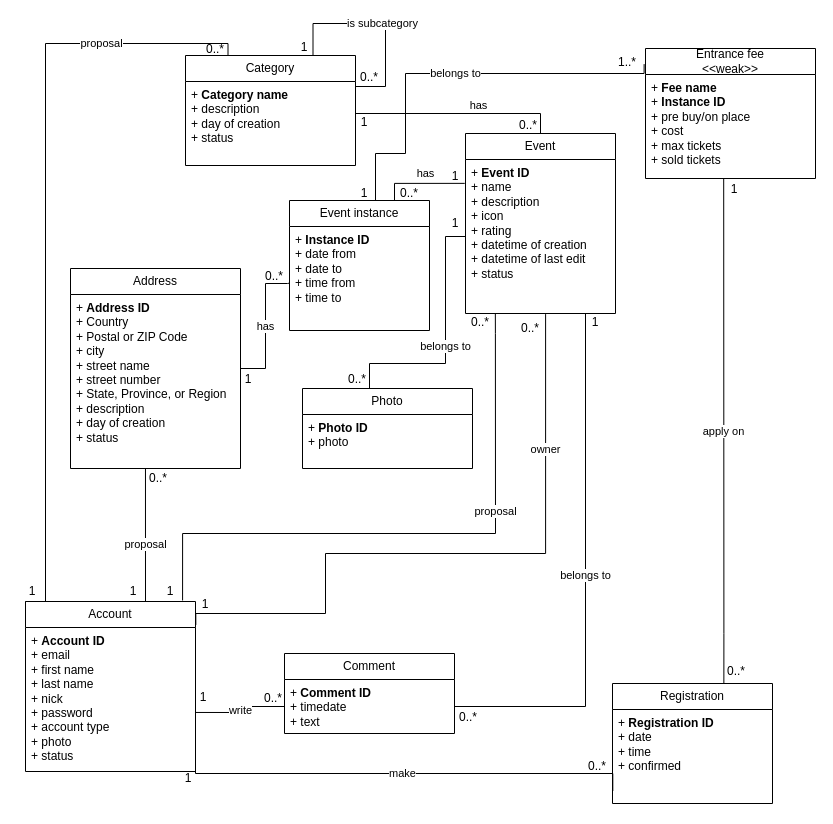
Above: doc/diagrams/ER-EventManager.drawio in imiskii/IIS-EventManagerIS (draw.io), before the change. Source tidied: cells renumbered, new cells numbered last; positions are measured from the earlier drawing's top-left corner, leaving out a move shared by most shapes. Both pictures are drawn from the tidied source at 100%, with x=0, y=0 at pixel (17, 23).
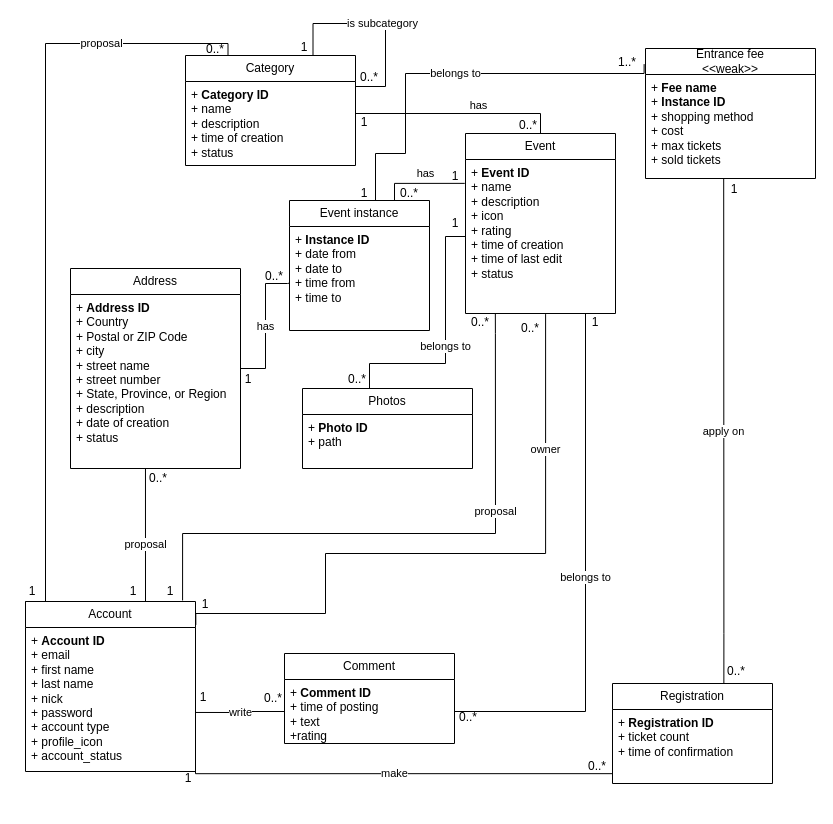
After the change.

The change refers to these unchanged cells:
```xml
<mxCell id="2" value="Event" style="swimlane;fontStyle=0;horizontal=1;startSize=26;fillColor=none;whiteSpace=wrap;html=1;" parent="1" vertex="1">
  <mxGeometry x="448" y="110" width="150" height="180" as="geometry" />
</mxCell>
<mxCell id="4" value="Address" style="swimlane;fontStyle=0;horizontal=1;startSize=26;fillColor=none;whiteSpace=wrap;html=1;" parent="1" vertex="1">
  <mxGeometry x="53" y="245" width="170" height="200" as="geometry" />
</mxCell>
<mxCell id="7" value="Entrance fee&lt;br&gt;&amp;lt;&amp;lt;weak&amp;gt;&amp;gt;" style="swimlane;fontStyle=0;horizontal=1;startSize=26;fillColor=none;whiteSpace=wrap;html=1;" parent="1" vertex="1">
  <mxGeometry x="628" y="25" width="170" height="130" as="geometry" />
</mxCell>
<mxCell id="12" value="Category" style="swimlane;fontStyle=0;horizontal=1;startSize=26;fillColor=none;whiteSpace=wrap;html=1;" parent="1" vertex="1">
  <mxGeometry x="168" y="32" width="170" height="110" as="geometry" />
</mxCell>
<mxCell id="16" value="Account" style="swimlane;fontStyle=0;horizontal=1;startSize=26;fillColor=none;whiteSpace=wrap;html=1;" parent="1" vertex="1">
  <mxGeometry x="8" y="578" width="170" height="170" as="geometry" />
</mxCell>
```

The edit, as a diff of the source:
```diff
@@
-    <mxCell id="3" value="+ &lt;b&gt;Event ID&lt;/b&gt;&lt;br&gt;+ name&lt;br&gt;+ description&lt;br&gt;+ icon&lt;br&gt;+ rating&lt;br&gt;+ datetime of creation&lt;br&gt;+ datetime of last edit&lt;br&gt;+ status" style="text;strokeColor=none;fillColor=none;align=left;verticalAlign=top;spacingLeft=4;spacingRight=4;overflow=hidden;points=[[0,0.5],[1,0.5]];portConstraint=eastwest;whiteSpace=wrap;html=1;" parent="2" vertex="1">
+    <mxCell id="3" value="+ &lt;b&gt;Event ID&lt;/b&gt;&lt;br&gt;+ name&lt;br&gt;+ description&lt;br&gt;+ icon&lt;br&gt;+ rating&lt;br&gt;+ time of creation&lt;br&gt;+ time of last edit&lt;br&gt;+ status" style="text;strokeColor=none;fillColor=none;align=left;verticalAlign=top;spacingLeft=4;spacingRight=4;overflow=hidden;points=[[0,0.5],[1,0.5]];portConstraint=eastwest;whiteSpace=wrap;html=1;" parent="2" vertex="1">
       <mxGeometry y="26" width="150" height="154" as="geometry" />
     </mxCell>
@@
-    <mxCell id="5" value="+ &lt;b&gt;Address ID&lt;/b&gt;&lt;br&gt;+ Country&lt;br&gt;+&amp;nbsp;Postal or ZIP Code&lt;br&gt;+ city&lt;br&gt;+ street name&lt;br&gt;+ street number&lt;br&gt;+&amp;nbsp;State, Province, or Region&lt;br&gt;+ description&lt;br&gt;+ day of creation&lt;br&gt;+ status" style="text;strokeColor=none;fillColor=none;align=left;verticalAlign=top;spacingLeft=4;spacingRight=4;overflow=hidden;points=[[0,0.5],[1,0.5]];portConstraint=eastwest;whiteSpace=wrap;html=1;" parent="4" vertex="1">
+    <mxCell id="5" value="+ &lt;b&gt;Address ID&lt;/b&gt;&lt;br&gt;+ Country&lt;br&gt;+&amp;nbsp;Postal or ZIP Code&lt;br&gt;+ city&lt;br&gt;+ street name&lt;br&gt;+ street number&lt;br&gt;+&amp;nbsp;State, Province, or Region&lt;br&gt;+ description&lt;br&gt;+ date of creation&lt;br&gt;+ status" style="text;strokeColor=none;fillColor=none;align=left;verticalAlign=top;spacingLeft=4;spacingRight=4;overflow=hidden;points=[[0,0.5],[1,0.5]];portConstraint=eastwest;whiteSpace=wrap;html=1;" parent="4" vertex="1">
       <mxGeometry y="26" width="170" height="174" as="geometry" />
     </mxCell>
@@
-    <mxCell id="8" value="+ &lt;b&gt;Fee name&lt;/b&gt;&lt;br&gt;+ &lt;b&gt;Instance ID&lt;br&gt;&lt;/b&gt;+ pre buy/on place&lt;br&gt;+ cost&lt;br&gt;+ max tickets&lt;br&gt;+ sold tickets" style="text;strokeColor=none;fillColor=none;align=left;verticalAlign=top;spacingLeft=4;spacingRight=4;overflow=hidden;points=[[0,0.5],[1,0.5]];portConstraint=eastwest;whiteSpace=wrap;html=1;" parent="7" vertex="1">
+    <mxCell id="8" value="+ &lt;b&gt;Fee name&lt;/b&gt;&lt;br&gt;+ &lt;b&gt;Instance ID&lt;br&gt;&lt;/b&gt;+ shopping method&lt;br&gt;+ cost&lt;br&gt;+ max tickets&lt;br&gt;+ sold tickets" style="text;strokeColor=none;fillColor=none;align=left;verticalAlign=top;spacingLeft=4;spacingRight=4;overflow=hidden;points=[[0,0.5],[1,0.5]];portConstraint=eastwest;whiteSpace=wrap;html=1;" parent="7" vertex="1">
       <mxGeometry y="26" width="170" height="104" as="geometry" />
     </mxCell>
-    <mxCell id="9" value="Photo" style="swimlane;fontStyle=0;horizontal=1;startSize=26;fillColor=none;whiteSpace=wrap;html=1;" parent="1" vertex="1">
+    <mxCell id="9" value="Photos" style="swimlane;fontStyle=0;horizontal=1;startSize=26;fillColor=none;whiteSpace=wrap;html=1;" parent="1" vertex="1">
       <mxGeometry x="285" y="365" width="170" height="80" as="geometry" />
     </mxCell>
-    <mxCell id="10" value="+ &lt;b&gt;Photo ID&lt;/b&gt;&lt;br&gt;+ photo" style="text;strokeColor=none;fillColor=none;align=left;verticalAlign=top;spacingLeft=4;spacingRight=4;overflow=hidden;whiteSpace=wrap;html=1;" parent="9" vertex="1">
+    <mxCell id="10" value="+ &lt;b&gt;Photo ID&lt;/b&gt;&lt;br&gt;+ path" style="text;strokeColor=none;fillColor=none;align=left;verticalAlign=top;spacingLeft=4;spacingRight=4;overflow=hidden;whiteSpace=wrap;html=1;" parent="9" vertex="1">
       <mxGeometry y="26" width="170" height="54" as="geometry" />
     </mxCell>
@@
-    <mxCell id="13" value="+ &lt;b&gt;Category&amp;nbsp;name&lt;/b&gt;&lt;br&gt;+ description&lt;br&gt;+ day of creation&lt;br&gt;+ status" style="text;strokeColor=none;fillColor=none;align=left;verticalAlign=top;spacingLeft=4;spacingRight=4;overflow=hidden;points=[[0,0.5],[1,0.5]];portConstraint=eastwest;whiteSpace=wrap;html=1;" parent="12" vertex="1">
+    <mxCell id="13" value="+ &lt;b&gt;Category ID&lt;br&gt;&lt;/b&gt;+ name&lt;br&gt;+ description&lt;br&gt;+ time of creation&lt;br&gt;+ status" style="text;strokeColor=none;fillColor=none;align=left;verticalAlign=top;spacingLeft=4;spacingRight=4;overflow=hidden;points=[[0,0.5],[1,0.5]];portConstraint=eastwest;whiteSpace=wrap;html=1;" parent="12" vertex="1">
       <mxGeometry y="26" width="170" height="84" as="geometry" />
     </mxCell>
@@
-    <mxCell id="17" value="+ &lt;b&gt;Account ID&lt;/b&gt;&lt;br&gt;+&amp;nbsp;email&lt;br&gt;+ first name&lt;br&gt;+ last name&lt;br&gt;+ nick&lt;br&gt;+ password&lt;br&gt;+ account type&lt;br&gt;+ photo&lt;br&gt;+ status" style="text;strokeColor=none;fillColor=none;align=left;verticalAlign=top;spacingLeft=4;spacingRight=4;overflow=hidden;points=[[0,0.5],[1,0.5]];portConstraint=eastwest;whiteSpace=wrap;html=1;" parent="16" vertex="1">
+    <mxCell id="17" value="+ &lt;b&gt;Account ID&lt;/b&gt;&lt;br&gt;+&amp;nbsp;email&lt;br&gt;+ first name&lt;br&gt;+ last name&lt;br&gt;+ nick&lt;br&gt;+ password&lt;br&gt;+ account type&lt;br&gt;+ profile_icon&lt;br&gt;+ account_status" style="text;strokeColor=none;fillColor=none;align=left;verticalAlign=top;spacingLeft=4;spacingRight=4;overflow=hidden;points=[[0,0.5],[1,0.5]];portConstraint=eastwest;whiteSpace=wrap;html=1;" parent="16" vertex="1">
       <mxGeometry y="26" width="170" height="144" as="geometry" />
     </mxCell>
@@
     <mxCell id="28" value="Registration" style="swimlane;fontStyle=0;horizontal=1;startSize=26;fillColor=none;whiteSpace=wrap;html=1;" parent="1" vertex="1">
-      <mxGeometry x="595" y="660" width="160" height="120" as="geometry" />
+      <mxGeometry x="595" y="660" width="160" height="100" as="geometry" />
     </mxCell>
-    <mxCell id="29" value="+ &lt;b&gt;Registration ID&lt;/b&gt;&lt;br&gt;+ date&lt;br&gt;+ time&lt;br&gt;+ confirmed" style="text;strokeColor=none;fillColor=none;align=left;verticalAlign=top;spacingLeft=4;spacingRight=4;overflow=hidden;points=[[0,0.5],[1,0.5]];portConstraint=eastwest;whiteSpace=wrap;html=1;" parent="28" vertex="1">
-      <mxGeometry y="26" width="160" height="94" as="geometry" />
+    <mxCell id="29" value="+ &lt;b&gt;Registration ID&lt;/b&gt;&lt;br&gt;+ ticket count&lt;br&gt;+ time of confirmation" style="text;strokeColor=none;fillColor=none;align=left;verticalAlign=top;spacingLeft=4;spacingRight=4;overflow=hidden;points=[[0,0.5],[1,0.5]];portConstraint=eastwest;whiteSpace=wrap;html=1;" parent="28" vertex="1">
+      <mxGeometry y="26" width="160" height="74" as="geometry" />
     </mxCell>
@@
     <mxCell id="38" value="Comment" style="swimlane;fontStyle=0;horizontal=1;startSize=26;fillColor=none;whiteSpace=wrap;html=1;" parent="1" vertex="1">
-      <mxGeometry x="267" y="630" width="170" height="80" as="geometry" />
+      <mxGeometry x="267" y="630" width="170" height="90" as="geometry" />
     </mxCell>
-    <mxCell id="39" value="+ &lt;b&gt;Comment&lt;/b&gt;&amp;nbsp;&lt;b&gt;ID&lt;/b&gt;&lt;br&gt;+ timedate&lt;br&gt;+ text" style="text;strokeColor=none;fillColor=none;align=left;verticalAlign=top;spacingLeft=4;spacingRight=4;overflow=hidden;points=[[0,0.5],[1,0.5]];portConstraint=eastwest;whiteSpace=wrap;html=1;" parent="38" vertex="1">
-      <mxGeometry y="26" width="170" height="54" as="geometry" />
+    <mxCell id="39" value="+ &lt;b&gt;Comment&lt;/b&gt;&amp;nbsp;&lt;b&gt;ID&lt;/b&gt;&lt;br&gt;+ time of posting&lt;br&gt;+ text&lt;br&gt;+rating" style="text;strokeColor=none;fillColor=none;align=left;verticalAlign=top;spacingLeft=4;spacingRight=4;overflow=hidden;points=[[0,0.5],[1,0.5]];portConstraint=eastwest;whiteSpace=wrap;html=1;" parent="38" vertex="1">
+      <mxGeometry y="26" width="170" height="64" as="geometry" />
     </mxCell>
```
